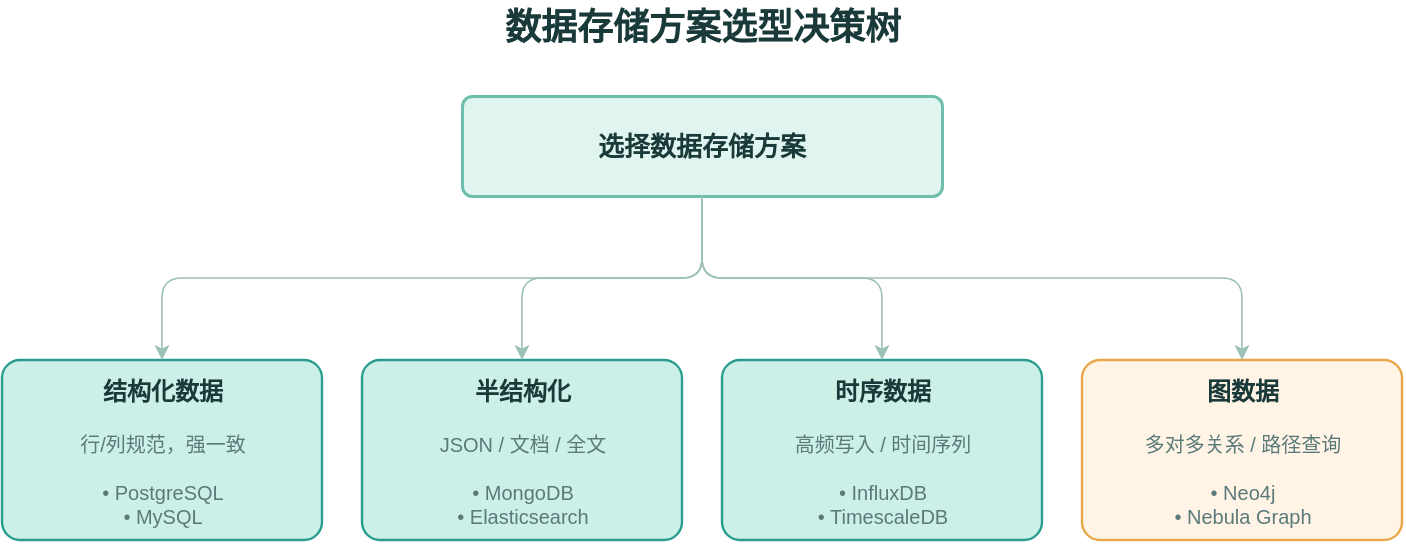
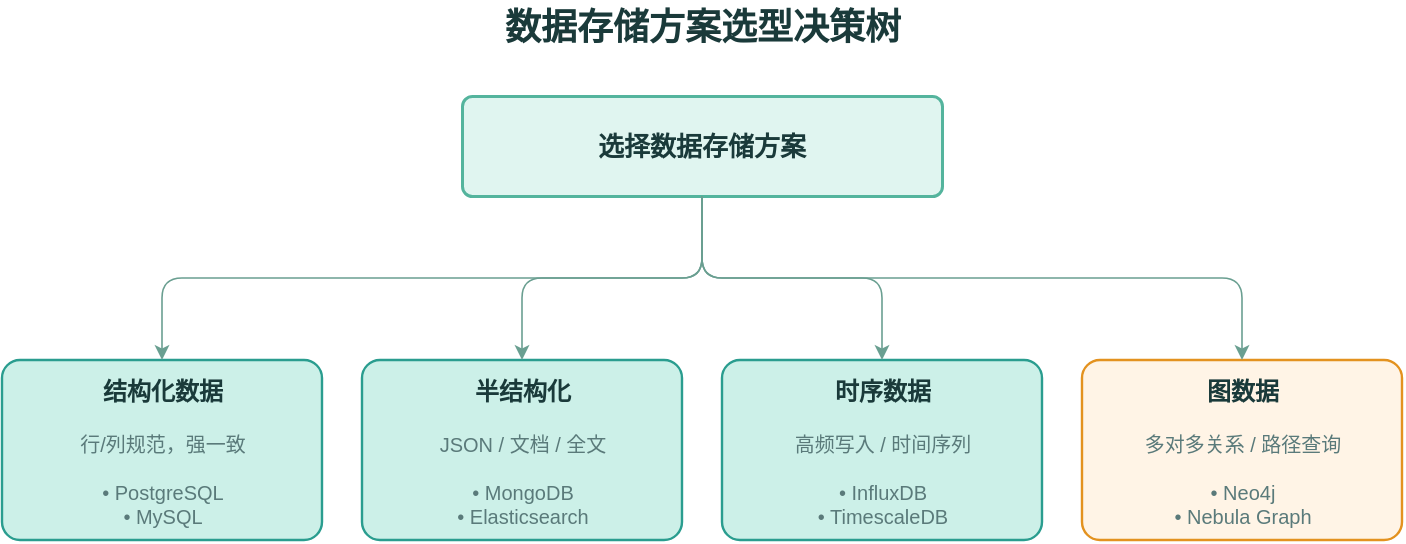
<mxfile host="app.diagrams.net">
    <diagram name="数据存储方案选型决策树" id="tree_mint_001">
        <mxGraphModel dx="0" dy="0" grid="0" gridSize="10" guides="1" tooltips="1" connect="1" arrows="1" fold="1" page="0" pageScale="1" pageWidth="780" pageHeight="320" background="none" math="0" shadow="0">
            <root>
                <mxCell id="0"/>
                <mxCell id="1" parent="0"/>
                <!-- 标题 -->
                <mxCell id="title_main" value="数据存储方案选型决策树" style="text;html=1;fontSize=18;fontColor=#1A3A3A;align=center;verticalAlign=middle;fontStyle=1;" parent="1" vertex="1">
                    <mxGeometry x="40" y="10" width="700" height="28" as="geometry"/>
                </mxCell>
                <!-- 根节点 -->
-                 <mxCell id="node_root" value="选择数据存储方案" style="rounded=1;whiteSpace=wrap;html=1;fillColor=#E0F5F0;strokeColor=#6DBFAB;strokeWidth=1.5;arcSize=10;fontSize=13;fontColor=#1A3A3A;fontStyle=1;verticalAlign=middle;" parent="1" vertex="1">
+                 <mxCell id="node_root" value="选择数据存储方案" style="rounded=1;whiteSpace=wrap;html=1;fillColor=#E0F5F0;strokeColor=#54B49D;strokeWidth=1.5;arcSize=10;fontSize=13;fontColor=#1A3A3A;fontStyle=1;verticalAlign=middle;" parent="1" vertex="1">
                    <mxGeometry x="270" y="58" width="240" height="50" as="geometry"/>
                </mxCell>
                <!-- 4 个分支 -->
                <mxCell id="node_b1" value="" style="rounded=1;whiteSpace=wrap;html=1;fillColor=#CCF0E8;strokeColor=#2A9D8F;strokeWidth=1.2;arcSize=10;" parent="1" vertex="1">
                    <mxGeometry x="40" y="190" width="160" height="90" as="geometry"/>
                </mxCell>
                <mxCell id="node_b1_t" value="&lt;b&gt;结构化数据&lt;/b&gt;" style="text;html=1;fontSize=12;fontColor=#1A3A3A;align=center;verticalAlign=middle;" parent="1" vertex="1">
                    <mxGeometry x="40" y="195" width="160" height="22" as="geometry"/>
                </mxCell>
                <mxCell id="node_b1_b" value="行/列规范，强一致&lt;br&gt;&lt;br&gt;&amp;bull; PostgreSQL&lt;br&gt;&amp;bull; MySQL" style="text;html=1;fontSize=10;fontColor=#5A7A7A;align=center;verticalAlign=top;" parent="1" vertex="1">
                    <mxGeometry x="50" y="220" width="140" height="55" as="geometry"/>
                </mxCell>
                <mxCell id="node_b2" value="" style="rounded=1;whiteSpace=wrap;html=1;fillColor=#CCF0E8;strokeColor=#2A9D8F;strokeWidth=1.2;arcSize=10;" parent="1" vertex="1">
                    <mxGeometry x="220" y="190" width="160" height="90" as="geometry"/>
                </mxCell>
                <mxCell id="node_b2_t" value="&lt;b&gt;半结构化&lt;/b&gt;" style="text;html=1;fontSize=12;fontColor=#1A3A3A;align=center;verticalAlign=middle;" parent="1" vertex="1">
                    <mxGeometry x="220" y="195" width="160" height="22" as="geometry"/>
                </mxCell>
                <mxCell id="node_b2_b" value="JSON / 文档 / 全文&lt;br&gt;&lt;br&gt;&amp;bull; MongoDB&lt;br&gt;&amp;bull; Elasticsearch" style="text;html=1;fontSize=10;fontColor=#5A7A7A;align=center;verticalAlign=top;" parent="1" vertex="1">
                    <mxGeometry x="230" y="220" width="140" height="55" as="geometry"/>
                </mxCell>
                <mxCell id="node_b3" value="" style="rounded=1;whiteSpace=wrap;html=1;fillColor=#CCF0E8;strokeColor=#2A9D8F;strokeWidth=1.2;arcSize=10;" parent="1" vertex="1">
                    <mxGeometry x="400" y="190" width="160" height="90" as="geometry"/>
                </mxCell>
                <mxCell id="node_b3_t" value="&lt;b&gt;时序数据&lt;/b&gt;" style="text;html=1;fontSize=12;fontColor=#1A3A3A;align=center;verticalAlign=middle;" parent="1" vertex="1">
                    <mxGeometry x="400" y="195" width="160" height="22" as="geometry"/>
                </mxCell>
                <mxCell id="node_b3_b" value="高频写入 / 时间序列&lt;br&gt;&lt;br&gt;&amp;bull; InfluxDB&lt;br&gt;&amp;bull; TimescaleDB" style="text;html=1;fontSize=10;fontColor=#5A7A7A;align=center;verticalAlign=top;" parent="1" vertex="1">
                    <mxGeometry x="410" y="220" width="140" height="55" as="geometry"/>
                </mxCell>
-                 <mxCell id="node_b4" value="" style="rounded=1;whiteSpace=wrap;html=1;fillColor=#FFF4E6;strokeColor=#E9A84C;strokeWidth=1.2;arcSize=10;" parent="1" vertex="1">
+                 <mxCell id="node_b4" value="" style="rounded=1;whiteSpace=wrap;html=1;fillColor=#FFF4E6;strokeColor=#E3921F;strokeWidth=1.2;arcSize=10;" parent="1" vertex="1">
                    <mxGeometry x="580" y="190" width="160" height="90" as="geometry"/>
                </mxCell>
                <mxCell id="node_b4_t" value="&lt;b&gt;图数据&lt;/b&gt;" style="text;html=1;fontSize=12;fontColor=#1A3A3A;align=center;verticalAlign=middle;" parent="1" vertex="1">
                    <mxGeometry x="580" y="195" width="160" height="22" as="geometry"/>
                </mxCell>
                <mxCell id="node_b4_b" value="多对多关系 / 路径查询&lt;br&gt;&lt;br&gt;&amp;bull; Neo4j&lt;br&gt;&amp;bull; Nebula Graph" style="text;html=1;fontSize=10;fontColor=#5A7A7A;align=center;verticalAlign=top;" parent="1" vertex="1">
                    <mxGeometry x="590" y="220" width="140" height="55" as="geometry"/>
                </mxCell>
                <!-- 树枝箭头 -->
-                 <mxCell id="arr_root_b1" style="edgeStyle=orthogonalEdgeStyle;endArrow=classic;strokeColor=#9DC0B7;strokeWidth=0.8;endSize=5;exitX=0.5;exitY=1;exitDx=0;exitDy=0;entryX=0.5;entryY=0;entryDx=0;entryDy=0;" parent="1" source="node_root" target="node_b1" edge="1">
+                 <mxCell id="arr_root_b1" style="edgeStyle=orthogonalEdgeStyle;endArrow=classic;strokeColor=#6A9F91;strokeWidth=0.8;endSize=5;exitX=0.5;exitY=1;exitDx=0;exitDy=0;entryX=0.5;entryY=0;entryDx=0;entryDy=0;" parent="1" source="node_root" target="node_b1" edge="1">
                    <mxGeometry relative="1" as="geometry"/>
                </mxCell>
-                 <mxCell id="arr_root_b2" style="edgeStyle=orthogonalEdgeStyle;endArrow=classic;strokeColor=#9DC0B7;strokeWidth=0.8;endSize=5;exitX=0.5;exitY=1;exitDx=0;exitDy=0;entryX=0.5;entryY=0;entryDx=0;entryDy=0;" parent="1" source="node_root" target="node_b2" edge="1">
+                 <mxCell id="arr_root_b2" style="edgeStyle=orthogonalEdgeStyle;endArrow=classic;strokeColor=#6A9F91;strokeWidth=0.8;endSize=5;exitX=0.5;exitY=1;exitDx=0;exitDy=0;entryX=0.5;entryY=0;entryDx=0;entryDy=0;" parent="1" source="node_root" target="node_b2" edge="1">
                    <mxGeometry relative="1" as="geometry"/>
                </mxCell>
-                 <mxCell id="arr_root_b3" style="edgeStyle=orthogonalEdgeStyle;endArrow=classic;strokeColor=#9DC0B7;strokeWidth=0.8;endSize=5;exitX=0.5;exitY=1;exitDx=0;exitDy=0;entryX=0.5;entryY=0;entryDx=0;entryDy=0;" parent="1" source="node_root" target="node_b3" edge="1">
+                 <mxCell id="arr_root_b3" style="edgeStyle=orthogonalEdgeStyle;endArrow=classic;strokeColor=#6A9F91;strokeWidth=0.8;endSize=5;exitX=0.5;exitY=1;exitDx=0;exitDy=0;entryX=0.5;entryY=0;entryDx=0;entryDy=0;" parent="1" source="node_root" target="node_b3" edge="1">
                    <mxGeometry relative="1" as="geometry"/>
                </mxCell>
-                 <mxCell id="arr_root_b4" style="edgeStyle=orthogonalEdgeStyle;endArrow=classic;strokeColor=#9DC0B7;strokeWidth=0.8;endSize=5;exitX=0.5;exitY=1;exitDx=0;exitDy=0;entryX=0.5;entryY=0;entryDx=0;entryDy=0;" parent="1" source="node_root" target="node_b4" edge="1">
+                 <mxCell id="arr_root_b4" style="edgeStyle=orthogonalEdgeStyle;endArrow=classic;strokeColor=#6A9F91;strokeWidth=0.8;endSize=5;exitX=0.5;exitY=1;exitDx=0;exitDy=0;entryX=0.5;entryY=0;entryDx=0;entryDy=0;" parent="1" source="node_root" target="node_b4" edge="1">
                    <mxGeometry relative="1" as="geometry"/>
                </mxCell>
            </root>
        </mxGraphModel>
    </diagram>
</mxfile>
